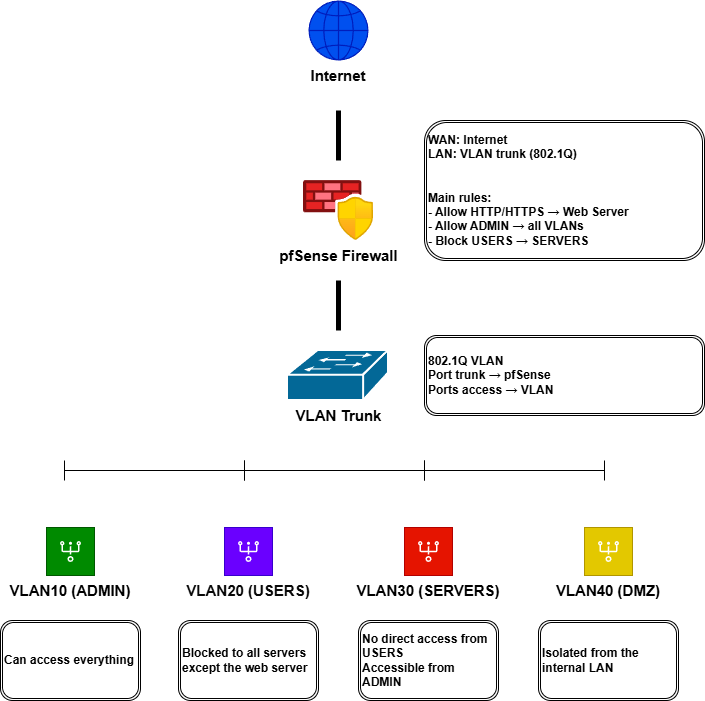
This is Diagram/Diagram1.png from ZeroDayTom/infra-admin-systemes-reseaux, a draw.io export, as it was before one commit. Source tidied: cells renumbered, new cells last; positions are measured from the earlier drawing's top-left corner, leaving out a move shared by most shapes.
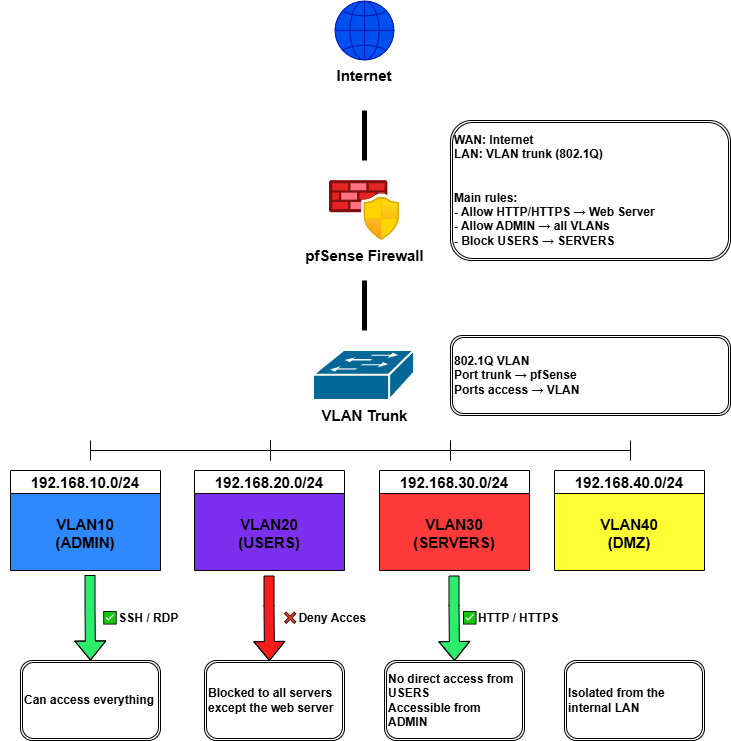
Above is the later version.

Commit message:
Upgrade Diagram

Diff of the diagram source:
```diff
@@ -11,38 +11,6 @@
     <mxCell id="4" value="&lt;b&gt;&lt;font style=&quot;font-size: 15px;&quot;&gt;VLAN Trunk&lt;/font&gt;&lt;/b&gt;" style="strokeColor=#ffffff;sketch=0;html=1;dashed=0;fillColor=#036897;strokeWidth=2;verticalLabelPosition=bottom;verticalAlign=top;align=center;shape=mxgraph.cisco.switches.workgroup_switch;labelBackgroundColor=none;" parent="1" vertex="1">
       <mxGeometry x="287" y="350" width="101" height="50" as="geometry" />
     </mxCell>
-    <mxCell id="5" value="VLAN10 (ADMIN)" style="shape=rect;fillColor=#008a00;labelPosition=center;verticalLabelPosition=bottom;align=center;verticalAlign=top;strokeColor=#005700;fontSize=15;fontColor=light-dark(#000000, #121212);fontStyle=1;labelBackgroundColor=none;" parent="1" vertex="1">
-      <mxGeometry x="46" y="527" width="48" height="48" as="geometry" />
-    </mxCell>
-    <mxCell id="6" style="fillColor=#ffffff;strokeColor=none;dashed=0;html=1;labelPosition=center;verticalLabelPosition=bottom;verticalAlign=top;shape=mxgraph.ibm_cloud.vlan--ibm;labelBackgroundColor=none;" parent="5" vertex="1">
-      <mxGeometry width="24" height="24" relative="1" as="geometry">
-        <mxPoint x="12" y="12" as="offset" />
-      </mxGeometry>
-    </mxCell>
-    <mxCell id="7" value="VLAN20 (USERS)" style="shape=rect;fillColor=#6a00ff;labelPosition=center;verticalLabelPosition=bottom;align=center;verticalAlign=top;strokeColor=#3700CC;fontSize=15;fontColor=light-dark(#080808, #121212);fontStyle=1;labelBackgroundColor=none;" parent="1" vertex="1">
-      <mxGeometry x="224" y="527" width="48" height="48" as="geometry" />
-    </mxCell>
-    <mxCell id="8" style="fillColor=#ffffff;strokeColor=none;dashed=0;html=1;labelPosition=center;verticalLabelPosition=bottom;verticalAlign=top;shape=mxgraph.ibm_cloud.vlan--ibm;labelBackgroundColor=none;" parent="7" vertex="1">
-      <mxGeometry width="24" height="24" relative="1" as="geometry">
-        <mxPoint x="12" y="12" as="offset" />
-      </mxGeometry>
-    </mxCell>
-    <mxCell id="9" value="VLAN30 (SERVERS)" style="shape=rect;fillColor=#e51400;labelPosition=center;verticalLabelPosition=bottom;align=center;verticalAlign=top;strokeColor=#B20000;fontSize=15;fontColor=light-dark(#000000, #121212);fontStyle=1;labelBackgroundColor=none;" parent="1" vertex="1">
-      <mxGeometry x="404" y="527" width="48" height="48" as="geometry" />
-    </mxCell>
-    <mxCell id="10" style="fillColor=#ffffff;strokeColor=none;dashed=0;html=1;labelPosition=center;verticalLabelPosition=bottom;verticalAlign=top;shape=mxgraph.ibm_cloud.vlan--ibm;labelBackgroundColor=none;" parent="9" vertex="1">
-      <mxGeometry width="24" height="24" relative="1" as="geometry">
-        <mxPoint x="12" y="12" as="offset" />
-      </mxGeometry>
-    </mxCell>
-    <mxCell id="11" value="VLAN40 (DMZ)" style="shape=rect;fillColor=#e3c800;labelPosition=center;verticalLabelPosition=bottom;align=center;verticalAlign=top;strokeColor=#B09500;fontSize=15;fontColor=#000000;fontStyle=1;labelBackgroundColor=none;" parent="1" vertex="1">
-      <mxGeometry x="584" y="527" width="48" height="48" as="geometry" />
-    </mxCell>
-    <mxCell id="12" style="fillColor=#ffffff;strokeColor=none;dashed=0;html=1;labelPosition=center;verticalLabelPosition=bottom;verticalAlign=top;shape=mxgraph.ibm_cloud.vlan--ibm;labelBackgroundColor=none;" parent="11" vertex="1">
-      <mxGeometry width="24" height="24" relative="1" as="geometry">
-        <mxPoint x="12" y="12" as="offset" />
-      </mxGeometry>
-    </mxCell>
     <mxCell id="13" style="line;strokeWidth=5;direction=south;html=1;labelBackgroundColor=none;" parent="1" vertex="1">
       <mxGeometry x="333" y="110" width="10" height="50" as="geometry" />
     </mxCell>
@@ -50,7 +18,7 @@
       <mxGeometry x="333" y="280" width="10" height="50" as="geometry" />
     </mxCell>
     <mxCell id="15" style="shape=crossbar;whiteSpace=wrap;html=1;rounded=1;labelBackgroundColor=none;" parent="1" vertex="1">
-      <mxGeometry x="64" y="460" width="180" height="20" as="geometry" />
+      <mxGeometry x="64" y="440" width="180" height="20" as="geometry" />
     </mxCell>
     <mxCell id="16" value="&lt;b&gt;WAN: Internet&lt;br&gt;LAN: VLAN trunk (802.1Q)&lt;br&gt;&lt;br&gt;&lt;br&gt;Main rules:&lt;br&gt;- Allow HTTP/HTTPS → Web Server&lt;br&gt;- Allow ADMIN → all VLANs&lt;br&gt;- Block USERS → SERVERS&lt;/b&gt;" style="shape=ext;double=1;rounded=1;whiteSpace=wrap;html=1;align=left;labelBackgroundColor=none;" parent="1" vertex="1">
       <mxGeometry x="424" y="120" width="280" height="140" as="geometry" />
@@ -59,22 +27,81 @@
       <mxGeometry x="424" y="335" width="280" height="80" as="geometry" />
     </mxCell>
     <mxCell id="18" style="shape=crossbar;whiteSpace=wrap;html=1;rounded=1;labelBackgroundColor=none;" parent="1" vertex="1">
-      <mxGeometry x="244" y="460" width="180" height="20" as="geometry" />
+      <mxGeometry x="244" y="440" width="180" height="20" as="geometry" />
     </mxCell>
     <mxCell id="19" style="shape=crossbar;whiteSpace=wrap;html=1;rounded=1;labelBackgroundColor=none;" parent="1" vertex="1">
-      <mxGeometry x="424" y="460" width="180" height="20" as="geometry" />
+      <mxGeometry x="424" y="440" width="180" height="20" as="geometry" />
     </mxCell>
     <mxCell id="20" value="&lt;b&gt;Can access everything&lt;/b&gt;" style="shape=ext;double=1;rounded=1;whiteSpace=wrap;html=1;align=left;labelBackgroundColor=none;" parent="1" vertex="1">
-      <mxGeometry y="620" width="140" height="80" as="geometry" />
+      <mxGeometry x="-6" y="660" width="140" height="80" as="geometry" />
     </mxCell>
     <mxCell id="21" value="&lt;b&gt;Blocked to all servers except the web server&lt;/b&gt;" style="shape=ext;double=1;rounded=1;whiteSpace=wrap;html=1;align=left;labelBackgroundColor=none;" parent="1" vertex="1">
-      <mxGeometry x="178" y="620" width="140" height="80" as="geometry" />
+      <mxGeometry x="178" y="660" width="140" height="80" as="geometry" />
     </mxCell>
     <mxCell id="22" value="&lt;div&gt;&lt;b&gt;No direct access from USERS&lt;/b&gt;&lt;/div&gt;&lt;div&gt;&lt;b&gt;Accessible from ADMIN&lt;/b&gt;&lt;/div&gt;" style="shape=ext;double=1;rounded=1;whiteSpace=wrap;html=1;align=left;labelBackgroundColor=none;" parent="1" vertex="1">
-      <mxGeometry x="358" y="620" width="140" height="80" as="geometry" />
+      <mxGeometry x="358" y="660" width="140" height="80" as="geometry" />
     </mxCell>
     <mxCell id="23" value="&lt;b&gt;Isolated from the internal LAN&lt;/b&gt;" style="shape=ext;double=1;rounded=1;whiteSpace=wrap;html=1;align=left;labelBackgroundColor=none;" parent="1" vertex="1">
-      <mxGeometry x="538" y="620" width="140" height="80" as="geometry" />
+      <mxGeometry x="538" y="660" width="140" height="80" as="geometry" />
     </mxCell>
+    <mxCell id="24" value="192.168.10.0/24" style="swimlane;fontSize=15;labelBackgroundColor=default;swimlaneFillColor=light-dark(#2e89ff, #ededed);" parent="1" vertex="1">
+      <mxGeometry x="-16" y="470" width="150" height="100" as="geometry" />
+    </mxCell>
+    <mxCell id="5" value="&lt;b&gt;&lt;font style=&quot;font-size: 15px;&quot;&gt;VLAN10&lt;/font&gt;&lt;/b&gt;&lt;div&gt;&lt;b&gt;&lt;font style=&quot;font-size: 15px;&quot;&gt;(ADMIN)&lt;/font&gt;&lt;/b&gt;&lt;/div&gt;" style="text;html=1;whiteSpace=wrap;strokeColor=none;fillColor=none;align=center;verticalAlign=middle;rounded=0;" parent="24" vertex="1">
+      <mxGeometry x="-10" y="35" width="170" height="55" as="geometry" />
+    </mxCell>
+    <mxCell id="25" value="192.168.20.0/24" style="swimlane;fontSize=15;labelBackgroundColor=default;swimlaneFillColor=light-dark(#7c2fee, #ededed);" parent="1" vertex="1">
+      <mxGeometry x="168" y="470" width="150" height="100" as="geometry" />
+    </mxCell>
+    <mxCell id="7" value="&lt;b&gt;&lt;font style=&quot;font-size: 15px;&quot;&gt;VLAN20&lt;/font&gt;&lt;/b&gt;&lt;div&gt;&lt;b&gt;&lt;font style=&quot;font-size: 15px;&quot;&gt;(USERS)&lt;/font&gt;&lt;/b&gt;&lt;/div&gt;" style="text;html=1;whiteSpace=wrap;strokeColor=none;fillColor=none;align=center;verticalAlign=middle;rounded=0;" parent="25" vertex="1">
+      <mxGeometry x="-10" y="35" width="170" height="55" as="geometry" />
+    </mxCell>
+    <mxCell id="26" value="192.168.30.0/24" style="swimlane;fontSize=15;labelBackgroundColor=default;swimlaneFillColor=light-dark(#fd3a3a, #ededed);" parent="1" vertex="1">
+      <mxGeometry x="353" y="470" width="150" height="100" as="geometry" />
+    </mxCell>
+    <mxCell id="9" value="&lt;b&gt;&lt;font style=&quot;font-size: 15px;&quot;&gt;VLAN30&lt;/font&gt;&lt;/b&gt;&lt;div&gt;&lt;b&gt;&lt;font style=&quot;font-size: 15px;&quot;&gt;(SERVERS)&lt;/font&gt;&lt;/b&gt;&lt;/div&gt;" style="text;html=1;whiteSpace=wrap;strokeColor=none;fillColor=none;align=center;verticalAlign=middle;rounded=0;" parent="26" vertex="1">
+      <mxGeometry x="-10" y="35" width="170" height="55" as="geometry" />
+    </mxCell>
+    <mxCell id="27" value="192.168.40.0/24" style="swimlane;fontSize=15;labelBackgroundColor=default;swimlaneFillColor=light-dark(#FFFF33,#EDEDED);" parent="1" vertex="1">
+      <mxGeometry x="528" y="470" width="150" height="100" as="geometry" />
+    </mxCell>
+    <mxCell id="11" value="&lt;b&gt;&lt;font style=&quot;font-size: 15px;&quot;&gt;VLAN40&lt;/font&gt;&lt;/b&gt;&lt;div&gt;&lt;b&gt;&lt;font style=&quot;font-size: 15px;&quot;&gt;(DMZ)&lt;/font&gt;&lt;/b&gt;&lt;/div&gt;" style="text;html=1;whiteSpace=wrap;strokeColor=none;fillColor=none;align=center;verticalAlign=middle;rounded=0;" parent="27" vertex="1">
+      <mxGeometry x="-10" y="35" width="170" height="55" as="geometry" />
+    </mxCell>
+    <mxCell id="28" style="endArrow=classic;html=1;rounded=0;shape=flexArrow;fillColor=light-dark(#2ced6c, #ededed);entryX=0.5;entryY=0;entryDx=0;entryDy=0;" parent="1" edge="1" target="20">
+      <mxGeometry relative="1" as="geometry">
+        <mxPoint x="63.5" y="574.5" as="sourcePoint" />
+        <Array as="points">
+          <mxPoint x="63.5" y="604.5" />
+        </Array>
+      </mxGeometry>
+    </mxCell>
+    <mxCell id="29" style="endArrow=classic;html=1;rounded=0;shape=flexArrow;fillColor=light-dark(#2ced6c, #ededed);entryX=0.5;entryY=0;entryDx=0;entryDy=0;" parent="1" edge="1">
+      <mxGeometry relative="1" as="geometry">
+        <mxPoint x="427.5" y="575" as="sourcePoint" />
+        <mxPoint x="428" y="660.5" as="targetPoint" />
+        <Array as="points">
+          <mxPoint x="427.5" y="605" />
+        </Array>
+      </mxGeometry>
+    </mxCell>
+    <mxCell id="30" style="endArrow=classic;html=1;rounded=0;shape=flexArrow;fillColor=light-dark(#f71d1d, #ededed);entryX=0.5;entryY=0;entryDx=0;entryDy=0;" parent="1" edge="1">
+      <mxGeometry relative="1" as="geometry">
+        <mxPoint x="242.5" y="575" as="sourcePoint" />
+        <mxPoint x="243" y="660.5" as="targetPoint" />
+        <Array as="points">
+          <mxPoint x="242.5" y="605" />
+        </Array>
+      </mxGeometry>
+    </mxCell>
+    <mxCell id="31" value="&lt;font&gt;&lt;b&gt;✅SSH / RDP&lt;/b&gt;&lt;/font&gt;" style="text;html=1;whiteSpace=wrap;strokeColor=none;fillColor=none;align=center;verticalAlign=middle;rounded=0;" parent="1" vertex="1">
+      <mxGeometry x="44" y="590" width="140" height="55" as="geometry" />
+    </mxCell>
+    <mxCell id="32" value="&lt;font&gt;❌&lt;b&gt;Deny Acces&lt;/b&gt;&lt;/font&gt;" style="text;html=1;whiteSpace=wrap;strokeColor=none;fillColor=none;align=center;verticalAlign=middle;rounded=0;" parent="1" vertex="1">
+      <mxGeometry x="228" y="590" width="140" height="55" as="geometry" />
+    </mxCell>
+    <mxCell id="33" value="&lt;font&gt;&lt;b&gt;✅HTTP / HTTPS&lt;/b&gt;&lt;/font&gt;" style="text;html=1;whiteSpace=wrap;strokeColor=none;fillColor=none;align=center;verticalAlign=middle;rounded=0;" parent="1" vertex="1">
+      <mxGeometry x="414" y="590" width="140" height="55" as="geometry" />
+    </mxCell>
   </root>
 </mxGraphModel>
```
